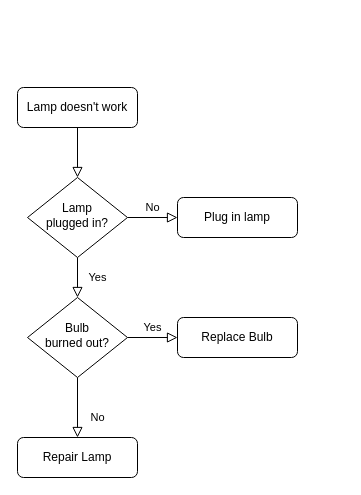
Earlier version of the draw.io diagram 제목 없는 다이어그램.drawio (pH-513/Tetris). Source tidied: cells renumbered, new cells numbered last; positions are measured from the earlier drawing's top-left corner, leaving out a move shared by most shapes. Both pictures are drawn from the tidied source at 100%, with x=0, y=0 at pixel (17, 87).
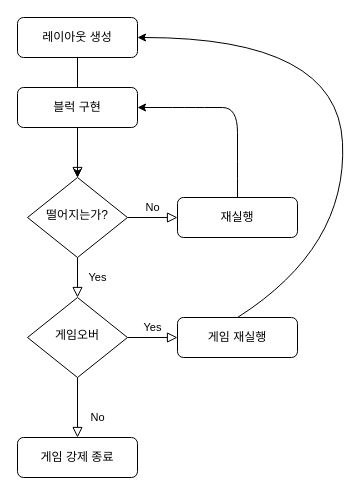
After the change.

Commit message:
제목 없는 다이어그램.drawio 업데이트

Change to the diagram source:
```diff
@@
-    <mxCell id="3" value="Lamp doesn't work" style="rounded=1;whiteSpace=wrap;html=1;fontSize=12;glass=0;strokeWidth=1;shadow=0;" parent="1" vertex="1">
-      <mxGeometry width="120" height="40" as="geometry" />
+    <mxCell id="3" value="레이아웃 생성" style="rounded=1;whiteSpace=wrap;html=1;fontSize=12;glass=0;strokeWidth=1;shadow=0;" parent="1" vertex="1">
+      <mxGeometry y="-70" width="120" height="40" as="geometry" />
     </mxCell>
@@
-    <mxCell id="6" value="Lamp&lt;br&gt;plugged in?" style="rhombus;whiteSpace=wrap;html=1;shadow=0;fontFamily=Helvetica;fontSize=12;align=center;strokeWidth=1;spacing=6;spacingTop=-4;" parent="1" vertex="1">
+    <mxCell id="6" value="떨어지는가?" style="rhombus;whiteSpace=wrap;html=1;shadow=0;fontFamily=Helvetica;fontSize=12;align=center;strokeWidth=1;spacing=6;spacingTop=-4;" parent="1" vertex="1">
       <mxGeometry x="10" y="90" width="100" height="80" as="geometry" />
     </mxCell>
-    <mxCell id="7" value="Plug in lamp" style="rounded=1;whiteSpace=wrap;html=1;fontSize=12;glass=0;strokeWidth=1;shadow=0;" parent="1" vertex="1">
+    <mxCell id="7" value="재실행" style="rounded=1;whiteSpace=wrap;html=1;fontSize=12;glass=0;strokeWidth=1;shadow=0;" parent="1" vertex="1">
       <mxGeometry x="160" y="110" width="120" height="40" as="geometry" />
     </mxCell>
@@
-    <mxCell id="10" value="Bulb&lt;br&gt;burned out?" style="rhombus;whiteSpace=wrap;html=1;shadow=0;fontFamily=Helvetica;fontSize=12;align=center;strokeWidth=1;spacing=6;spacingTop=-4;" parent="1" vertex="1">
+    <mxCell id="10" value="게임오버" style="rhombus;whiteSpace=wrap;html=1;shadow=0;fontFamily=Helvetica;fontSize=12;align=center;strokeWidth=1;spacing=6;spacingTop=-4;" parent="1" vertex="1">
       <mxGeometry x="10" y="210" width="100" height="80" as="geometry" />
     </mxCell>
-    <mxCell id="11" value="Repair Lamp" style="rounded=1;whiteSpace=wrap;html=1;fontSize=12;glass=0;strokeWidth=1;shadow=0;" parent="1" vertex="1">
+    <mxCell id="11" value="게임 강제 종료" style="rounded=1;whiteSpace=wrap;html=1;fontSize=12;glass=0;strokeWidth=1;shadow=0;" parent="1" vertex="1">
       <mxGeometry y="350" width="120" height="40" as="geometry" />
     </mxCell>
-    <mxCell id="12" value="Replace Bulb" style="rounded=1;whiteSpace=wrap;html=1;fontSize=12;glass=0;strokeWidth=1;shadow=0;" parent="1" vertex="1">
+    <mxCell id="12" value="게임 재실행" style="rounded=1;whiteSpace=wrap;html=1;fontSize=12;glass=0;strokeWidth=1;shadow=0;" parent="1" vertex="1">
       <mxGeometry x="160" y="230" width="120" height="40" as="geometry" />
     </mxCell>
+    <mxCell id="13" style="edgeStyle=orthogonalEdgeStyle;rounded=0;jettySize=auto;html=1;" parent="1" edge="1" source="14" target="6">
+      <mxGeometry relative="1" as="geometry" />
+    </mxCell>
+    <mxCell id="14" value="블럭 구현" style="rounded=1;whiteSpace=wrap;html=1;fontSize=12;glass=0;strokeWidth=1;shadow=0;" parent="1" vertex="1">
+      <mxGeometry width="120" height="40" as="geometry" />
+    </mxCell>
+    <mxCell id="15" style="curved=1;endArrow=classic;html=1;rounded=0;entryX=1;entryY=0.5;entryDx=0;entryDy=0;exitX=0.5;exitY=0;exitDx=0;exitDy=0;" parent="1" edge="1" source="7" target="14">
+      <mxGeometry relative="1" as="geometry">
+        <Array as="points">
+          <mxPoint x="220" y="70" />
+          <mxPoint x="220" y="20" />
+          <mxPoint x="190" y="20" />
+        </Array>
+      </mxGeometry>
+    </mxCell>
+    <mxCell id="16" style="curved=1;endArrow=classic;html=1;rounded=0;entryX=1;entryY=0.5;entryDx=0;entryDy=0;exitX=0.5;exitY=0;exitDx=0;exitDy=0;" parent="1" edge="1" source="12" target="3">
+      <mxGeometry relative="1" as="geometry">
+        <Array as="points">
+          <mxPoint x="330" y="160" />
+          <mxPoint x="320" y="-50" />
+        </Array>
+      </mxGeometry>
+    </mxCell>
```
